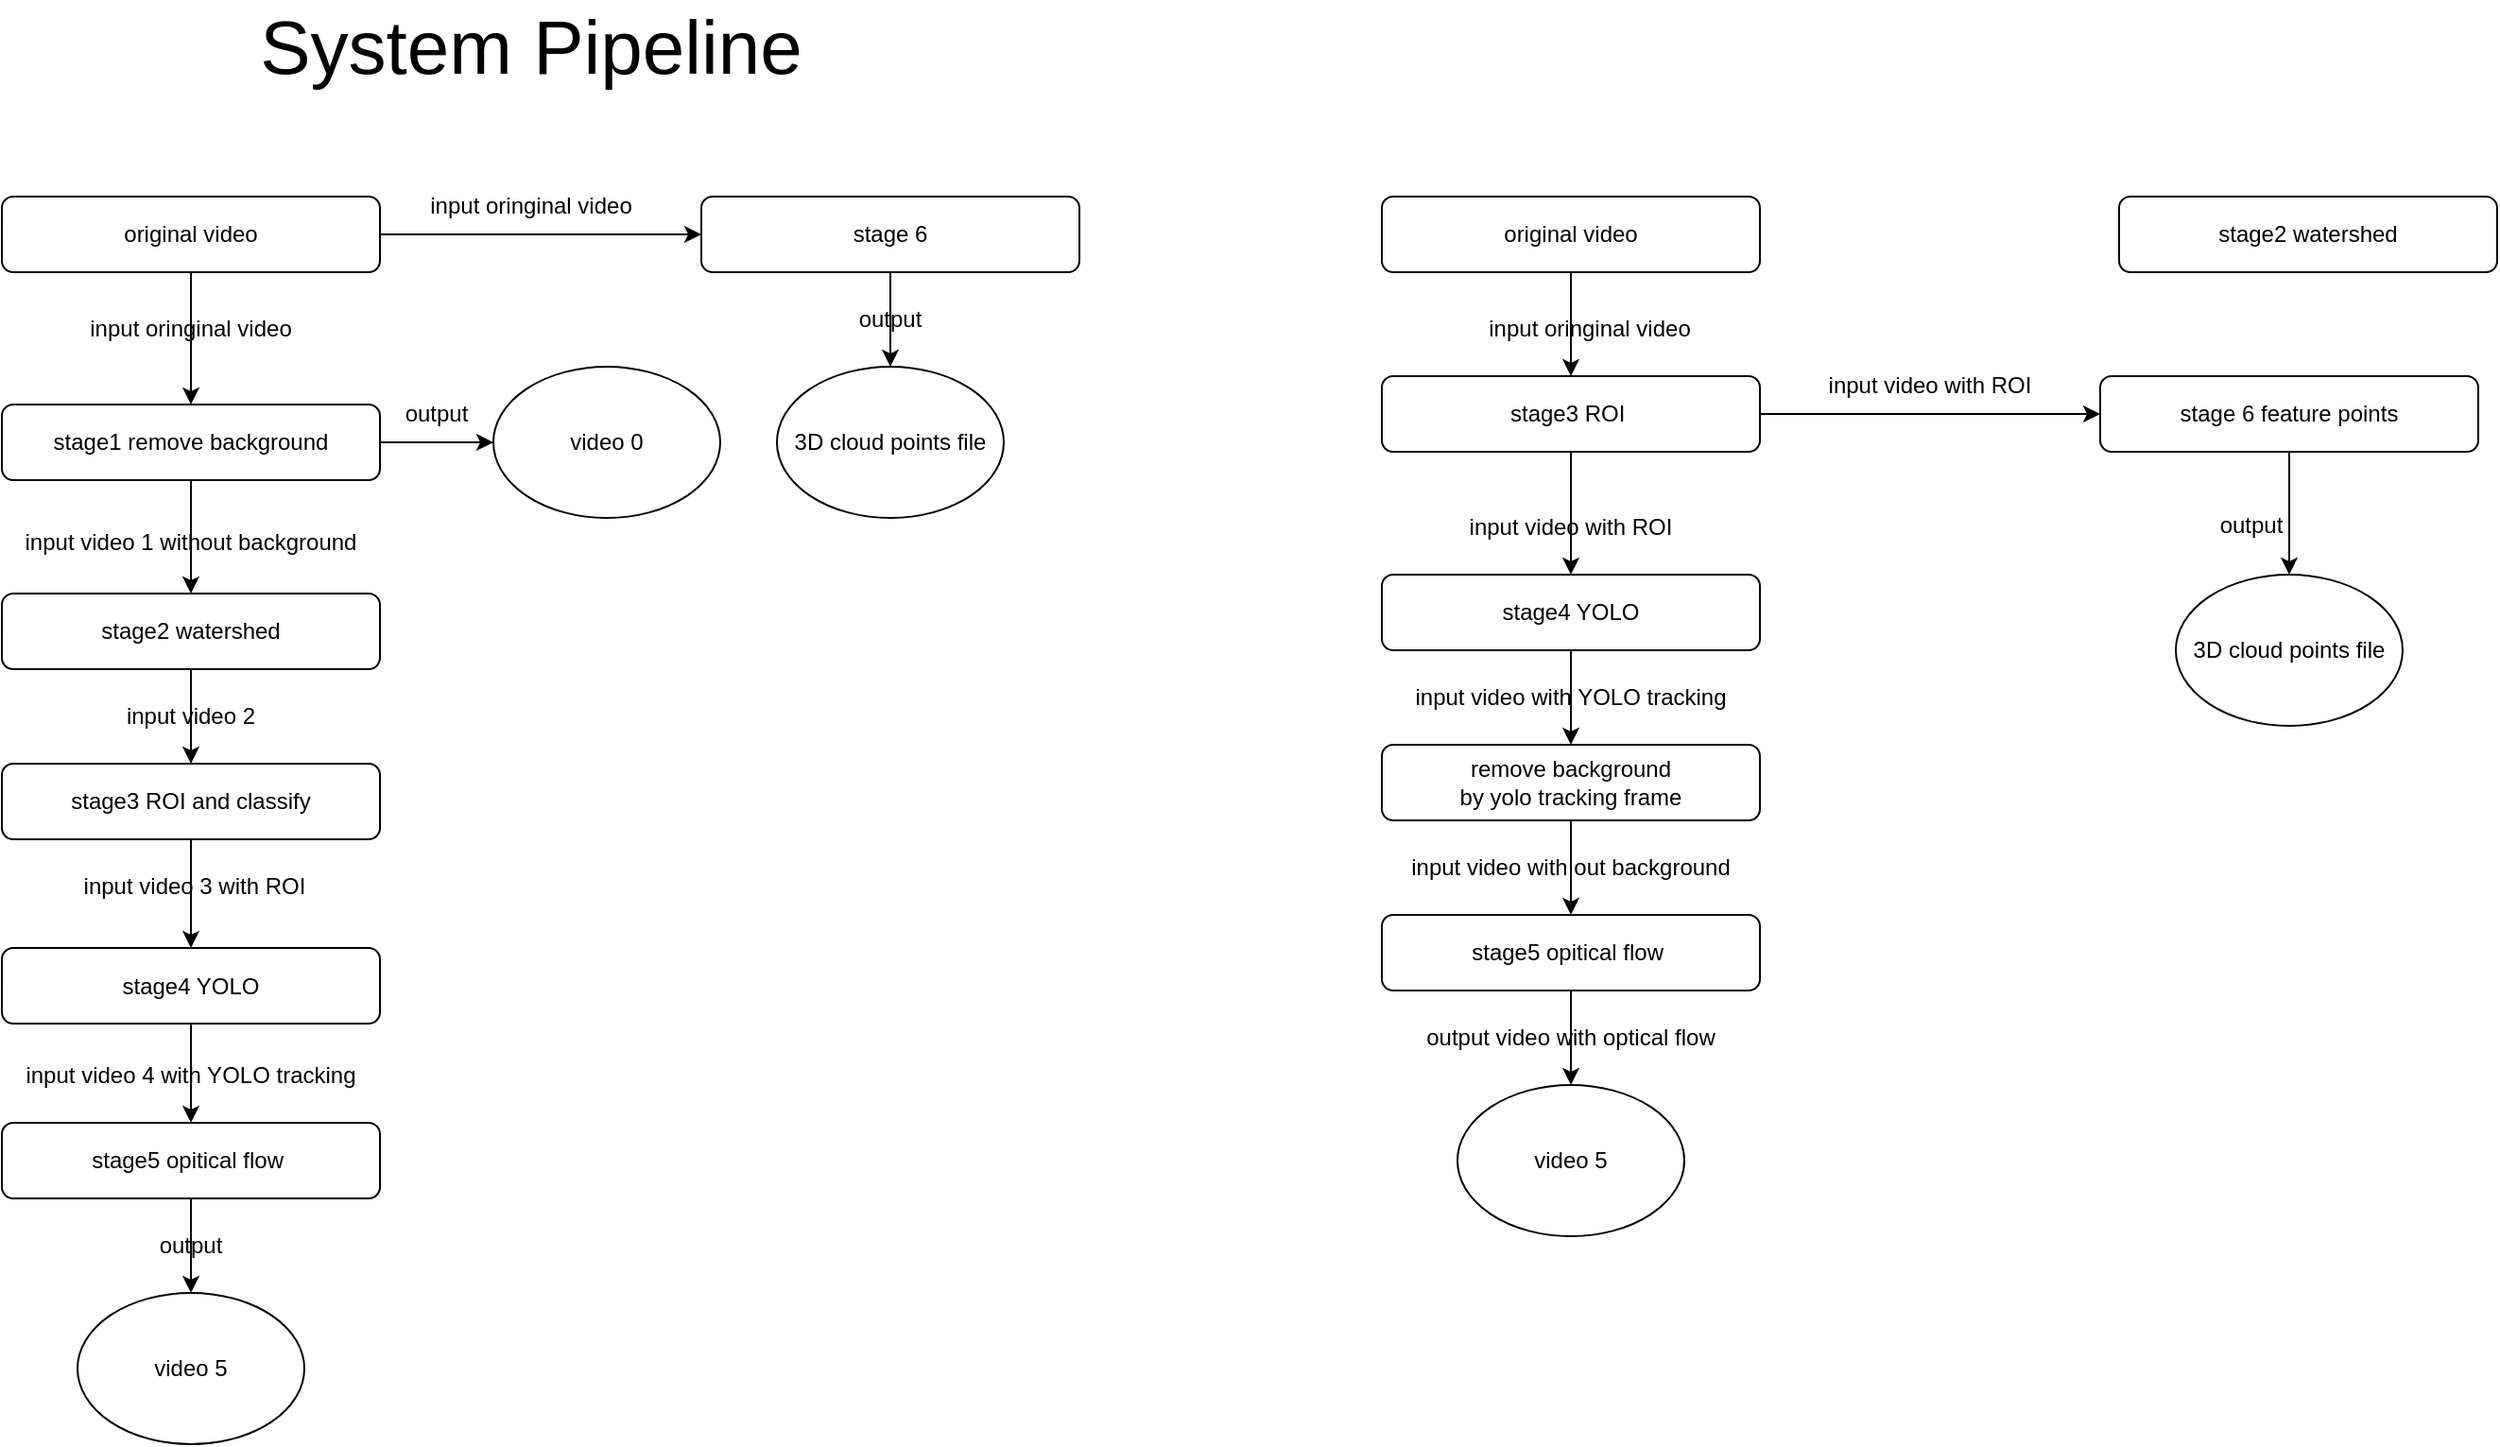
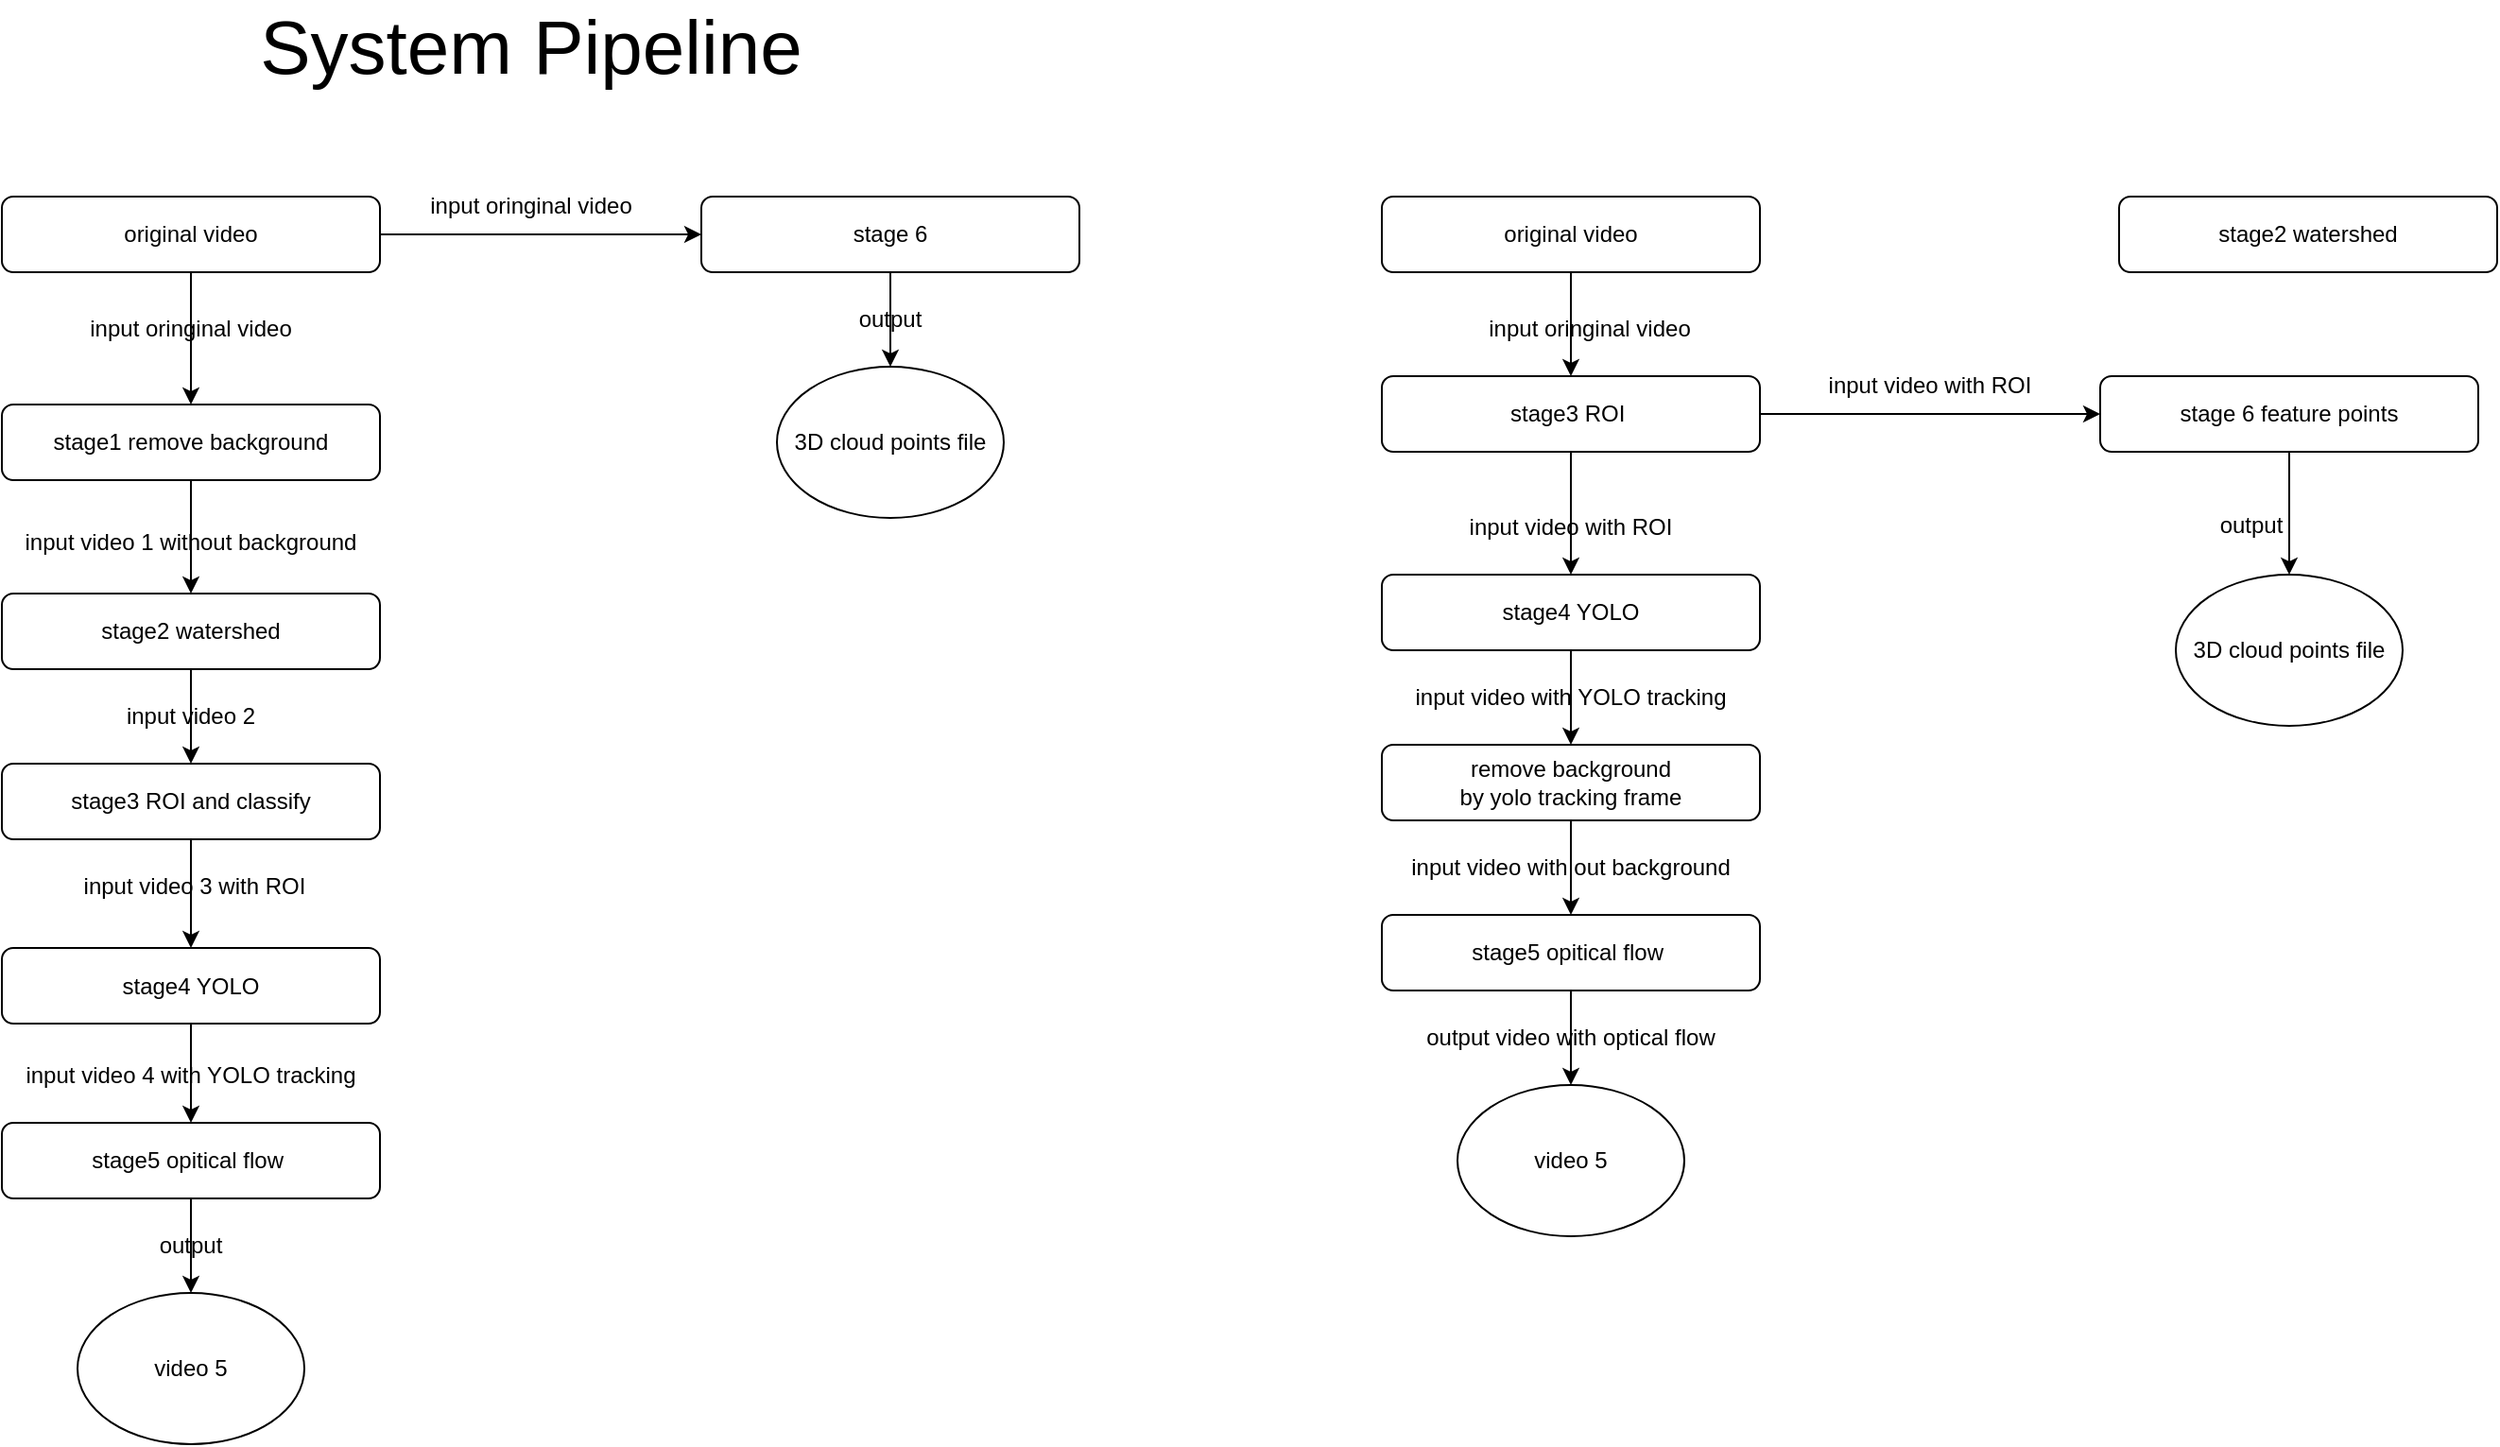
<mxfile host="app.diagrams.net">
  <diagram name="第 1 页" id="EDNaJZNnnwqxP0Wy0BaO">
-     <mxGraphModel dx="1471" dy="890" grid="1" gridSize="10" guides="1" tooltips="1" connect="1" arrows="1" fold="1" page="1" pageScale="1" pageWidth="827" pageHeight="1169" math="0" shadow="0">
+     <mxGraphModel dx="1373" dy="831" grid="1" gridSize="10" guides="1" tooltips="1" connect="1" arrows="1" fold="1" page="1" pageScale="1" pageWidth="827" pageHeight="1169" math="0" shadow="0">
      <root>
        <mxCell id="0" />
        <mxCell id="1" parent="0" />
        <mxCell id="LqL7joPrmtTk0NlE0pl9-1" edge="1" parent="1" source="LqL7joPrmtTk0NlE0pl9-3" style="edgeStyle=orthogonalEdgeStyle;rounded=0;orthogonalLoop=1;jettySize=auto;html=1;" target="LqL7joPrmtTk0NlE0pl9-8" value="">
-           <mxGeometry relative="1" as="geometry" />
-         </mxCell>
-         <mxCell id="LqL7joPrmtTk0NlE0pl9-2" edge="1" parent="1" source="LqL7joPrmtTk0NlE0pl9-3" style="edgeStyle=orthogonalEdgeStyle;rounded=0;orthogonalLoop=1;jettySize=auto;html=1;" target="LqL7joPrmtTk0NlE0pl9-24" value="">
          <mxGeometry relative="1" as="geometry" />
        </mxCell>
        <mxCell id="LqL7joPrmtTk0NlE0pl9-3" parent="1" style="rounded=1;whiteSpace=wrap;html=1;" value="stage1 remove background" vertex="1">
          <mxGeometry height="40" width="200" x="410" y="520" as="geometry" />
        </mxCell>
        <mxCell id="LqL7joPrmtTk0NlE0pl9-4" edge="1" parent="1" source="LqL7joPrmtTk0NlE0pl9-6" style="edgeStyle=orthogonalEdgeStyle;rounded=0;orthogonalLoop=1;jettySize=auto;html=1;" target="LqL7joPrmtTk0NlE0pl9-3" value="">
          <mxGeometry relative="1" as="geometry" />
        </mxCell>
        <mxCell id="LqL7joPrmtTk0NlE0pl9-5" edge="1" parent="1" source="LqL7joPrmtTk0NlE0pl9-6" style="edgeStyle=orthogonalEdgeStyle;rounded=0;orthogonalLoop=1;jettySize=auto;html=1;" target="LqL7joPrmtTk0NlE0pl9-21" value="">
          <mxGeometry relative="1" as="geometry" />
        </mxCell>
        <mxCell id="LqL7joPrmtTk0NlE0pl9-6" parent="1" style="rounded=1;whiteSpace=wrap;html=1;" value="original video" vertex="1">
          <mxGeometry height="40" width="200" x="410" y="410" as="geometry" />
        </mxCell>
        <mxCell id="LqL7joPrmtTk0NlE0pl9-7" edge="1" parent="1" source="LqL7joPrmtTk0NlE0pl9-8" style="edgeStyle=orthogonalEdgeStyle;rounded=0;orthogonalLoop=1;jettySize=auto;html=1;" target="LqL7joPrmtTk0NlE0pl9-10" value="">
          <mxGeometry relative="1" as="geometry" />
        </mxCell>
        <mxCell id="LqL7joPrmtTk0NlE0pl9-8" parent="1" style="rounded=1;whiteSpace=wrap;html=1;" value="stage2 watershed" vertex="1">
          <mxGeometry height="40" width="200" x="410" y="620" as="geometry" />
        </mxCell>
        <mxCell id="LqL7joPrmtTk0NlE0pl9-9" edge="1" parent="1" source="LqL7joPrmtTk0NlE0pl9-10" style="edgeStyle=orthogonalEdgeStyle;rounded=0;orthogonalLoop=1;jettySize=auto;html=1;" target="LqL7joPrmtTk0NlE0pl9-14" value="">
          <mxGeometry relative="1" as="geometry" />
        </mxCell>
        <mxCell id="LqL7joPrmtTk0NlE0pl9-10" parent="1" style="rounded=1;whiteSpace=wrap;html=1;" value="stage3 ROI and classify" vertex="1">
          <mxGeometry height="40" width="200" x="410" y="710" as="geometry" />
        </mxCell>
        <mxCell id="LqL7joPrmtTk0NlE0pl9-11" edge="1" parent="1" source="LqL7joPrmtTk0NlE0pl9-12" style="edgeStyle=orthogonalEdgeStyle;rounded=0;orthogonalLoop=1;jettySize=auto;html=1;" target="LqL7joPrmtTk0NlE0pl9-23" value="">
          <mxGeometry relative="1" as="geometry" />
        </mxCell>
        <mxCell id="LqL7joPrmtTk0NlE0pl9-12" parent="1" style="rounded=1;whiteSpace=wrap;html=1;" value="stage5 opitical flow&amp;nbsp;" vertex="1">
          <mxGeometry height="40" width="200" x="410" y="900" as="geometry" />
        </mxCell>
        <mxCell id="LqL7joPrmtTk0NlE0pl9-13" edge="1" parent="1" source="LqL7joPrmtTk0NlE0pl9-14" style="edgeStyle=orthogonalEdgeStyle;rounded=0;orthogonalLoop=1;jettySize=auto;html=1;" target="LqL7joPrmtTk0NlE0pl9-12" value="">
          <mxGeometry relative="1" as="geometry" />
        </mxCell>
        <mxCell id="LqL7joPrmtTk0NlE0pl9-14" parent="1" style="rounded=1;whiteSpace=wrap;html=1;" value="stage4 YOLO" vertex="1">
          <mxGeometry height="40" width="200" x="410" y="807.5" as="geometry" />
        </mxCell>
        <mxCell id="LqL7joPrmtTk0NlE0pl9-15" parent="1" style="text;html=1;whiteSpace=wrap;strokeColor=none;fillColor=none;align=center;verticalAlign=middle;rounded=0;" value="input oringinal video" vertex="1">
          <mxGeometry height="30" width="180" x="420" y="465" as="geometry" />
        </mxCell>
        <mxCell id="LqL7joPrmtTk0NlE0pl9-16" parent="1" style="text;html=1;whiteSpace=wrap;strokeColor=none;fillColor=none;align=center;verticalAlign=middle;rounded=0;" value="input video 1 without background" vertex="1">
          <mxGeometry height="30" width="180" x="420" y="577.5" as="geometry" />
        </mxCell>
        <mxCell id="LqL7joPrmtTk0NlE0pl9-17" parent="1" style="text;html=1;whiteSpace=wrap;strokeColor=none;fillColor=none;align=center;verticalAlign=middle;rounded=0;" value="input video 2" vertex="1">
          <mxGeometry height="30" width="180" x="420" y="670" as="geometry" />
        </mxCell>
        <mxCell id="LqL7joPrmtTk0NlE0pl9-18" parent="1" style="text;html=1;whiteSpace=wrap;strokeColor=none;fillColor=none;align=center;verticalAlign=middle;rounded=0;" value="input video 3 with ROI" vertex="1">
          <mxGeometry height="30" width="180" x="422" y="760" as="geometry" />
        </mxCell>
        <mxCell id="LqL7joPrmtTk0NlE0pl9-19" parent="1" style="text;html=1;whiteSpace=wrap;strokeColor=none;fillColor=none;align=center;verticalAlign=middle;rounded=0;" value="input video 4 with YOLO tracking" vertex="1">
          <mxGeometry height="30" width="180" x="420" y="860" as="geometry" />
        </mxCell>
        <mxCell id="LqL7joPrmtTk0NlE0pl9-20" edge="1" parent="1" source="LqL7joPrmtTk0NlE0pl9-21" style="edgeStyle=orthogonalEdgeStyle;rounded=0;orthogonalLoop=1;jettySize=auto;html=1;" target="LqL7joPrmtTk0NlE0pl9-25" value="">
          <mxGeometry relative="1" as="geometry" />
        </mxCell>
        <mxCell id="LqL7joPrmtTk0NlE0pl9-21" parent="1" style="rounded=1;whiteSpace=wrap;html=1;" value="stage 6" vertex="1">
          <mxGeometry height="40" width="200" x="780" y="410" as="geometry" />
        </mxCell>
        <mxCell id="LqL7joPrmtTk0NlE0pl9-22" parent="1" style="text;html=1;whiteSpace=wrap;strokeColor=none;fillColor=none;align=center;verticalAlign=middle;rounded=0;" value="input oringinal video" vertex="1">
          <mxGeometry height="30" width="180" x="600" y="400" as="geometry" />
        </mxCell>
        <mxCell id="LqL7joPrmtTk0NlE0pl9-23" parent="1" style="ellipse;whiteSpace=wrap;html=1;" value="video 5" vertex="1">
          <mxGeometry height="80" width="120" x="450" y="990" as="geometry" />
        </mxCell>
-         <mxCell id="LqL7joPrmtTk0NlE0pl9-24" parent="1" style="ellipse;whiteSpace=wrap;html=1;" value="video 0" vertex="1">
-           <mxGeometry height="80" width="120" x="670" y="500" as="geometry" />
-         </mxCell>
        <mxCell id="LqL7joPrmtTk0NlE0pl9-25" parent="1" style="ellipse;whiteSpace=wrap;html=1;" value="3D cloud points file" vertex="1">
          <mxGeometry height="80" width="120" x="820" y="500" as="geometry" />
        </mxCell>
        <mxCell id="LqL7joPrmtTk0NlE0pl9-26" parent="1" style="text;html=1;whiteSpace=wrap;strokeColor=none;fillColor=none;align=center;verticalAlign=middle;rounded=0;" value="output" vertex="1">
          <mxGeometry height="30" width="180" x="790" y="460" as="geometry" />
-         </mxCell>
-         <mxCell id="LqL7joPrmtTk0NlE0pl9-27" parent="1" style="text;html=1;whiteSpace=wrap;strokeColor=none;fillColor=none;align=center;verticalAlign=middle;rounded=0;" value="output" vertex="1">
-           <mxGeometry height="30" width="180" x="550" y="510" as="geometry" />
        </mxCell>
        <mxCell id="LqL7joPrmtTk0NlE0pl9-28" parent="1" style="text;html=1;whiteSpace=wrap;strokeColor=none;fillColor=none;align=center;verticalAlign=middle;rounded=0;" value="output" vertex="1">
          <mxGeometry height="30" width="180" x="420" y="950" as="geometry" />
        </mxCell>
        <mxCell id="LqL7joPrmtTk0NlE0pl9-29" parent="1" style="text;html=1;whiteSpace=wrap;strokeColor=none;fillColor=none;align=center;verticalAlign=middle;rounded=0;" value="&lt;span style=&quot;text-align: left;&quot;&gt;&lt;font style=&quot;font-size: 40px;&quot;&gt;System Pipeline&lt;/font&gt;&lt;/span&gt;" vertex="1">
          <mxGeometry height="40" width="400" x="490" y="310" as="geometry" />
        </mxCell>
        <mxCell id="qMy3pctc-F5U606VzNz1-1" edge="1" parent="1" source="qMy3pctc-F5U606VzNz1-2" style="edgeStyle=orthogonalEdgeStyle;rounded=0;orthogonalLoop=1;jettySize=auto;html=1;" target="qMy3pctc-F5U606VzNz1-10" value="">
          <mxGeometry relative="1" as="geometry" />
        </mxCell>
        <mxCell id="qMy3pctc-F5U606VzNz1-2" parent="1" style="rounded=1;whiteSpace=wrap;html=1;" value="remove background &lt;br&gt;by&amp;nbsp;yolo tracking frame" vertex="1">
          <mxGeometry height="40" width="200" x="1140" y="700" as="geometry" />
        </mxCell>
        <mxCell id="qMy3pctc-F5U606VzNz1-4" edge="1" parent="1" source="qMy3pctc-F5U606VzNz1-5" style="edgeStyle=orthogonalEdgeStyle;rounded=0;orthogonalLoop=1;jettySize=auto;html=1;" target="qMy3pctc-F5U606VzNz1-8" value="">
          <mxGeometry relative="1" as="geometry" />
        </mxCell>
        <mxCell id="qMy3pctc-F5U606VzNz1-5" parent="1" style="rounded=1;whiteSpace=wrap;html=1;" value="original video" vertex="1">
          <mxGeometry height="40" width="200" x="1140" y="410" as="geometry" />
        </mxCell>
        <mxCell id="qMy3pctc-F5U606VzNz1-6" parent="1" style="rounded=1;whiteSpace=wrap;html=1;" value="stage2 watershed" vertex="1">
          <mxGeometry height="40" width="200" x="1530" y="410" as="geometry" />
        </mxCell>
        <mxCell id="qMy3pctc-F5U606VzNz1-7" edge="1" parent="1" source="qMy3pctc-F5U606VzNz1-8" style="edgeStyle=orthogonalEdgeStyle;rounded=0;orthogonalLoop=1;jettySize=auto;html=1;" target="qMy3pctc-F5U606VzNz1-12" value="">
          <mxGeometry relative="1" as="geometry" />
        </mxCell>
        <mxCell id="qMy3pctc-F5U606VzNz1-30" edge="1" parent="1" source="qMy3pctc-F5U606VzNz1-8" style="edgeStyle=orthogonalEdgeStyle;rounded=0;orthogonalLoop=1;jettySize=auto;html=1;" target="qMy3pctc-F5U606VzNz1-18" value="">
          <mxGeometry relative="1" as="geometry" />
        </mxCell>
        <mxCell id="qMy3pctc-F5U606VzNz1-8" parent="1" style="rounded=1;whiteSpace=wrap;html=1;" value="stage3 ROI&amp;nbsp;" vertex="1">
          <mxGeometry height="40" width="200" x="1140" y="505" as="geometry" />
        </mxCell>
        <mxCell id="qMy3pctc-F5U606VzNz1-9" edge="1" parent="1" source="qMy3pctc-F5U606VzNz1-10" style="edgeStyle=orthogonalEdgeStyle;rounded=0;orthogonalLoop=1;jettySize=auto;html=1;" target="qMy3pctc-F5U606VzNz1-20" value="">
          <mxGeometry relative="1" as="geometry" />
        </mxCell>
        <mxCell id="qMy3pctc-F5U606VzNz1-10" parent="1" style="rounded=1;whiteSpace=wrap;html=1;" value="stage5 opitical flow&amp;nbsp;" vertex="1">
          <mxGeometry height="40" width="200" x="1140" y="790" as="geometry" />
        </mxCell>
        <mxCell id="qMy3pctc-F5U606VzNz1-11" edge="1" parent="1" source="qMy3pctc-F5U606VzNz1-12" style="edgeStyle=orthogonalEdgeStyle;rounded=0;orthogonalLoop=1;jettySize=auto;html=1;" target="qMy3pctc-F5U606VzNz1-2" value="">
          <mxGeometry relative="1" as="geometry" />
        </mxCell>
        <mxCell id="qMy3pctc-F5U606VzNz1-12" parent="1" style="rounded=1;whiteSpace=wrap;html=1;" value="stage4 YOLO" vertex="1">
          <mxGeometry height="40" width="200" x="1140" y="610" as="geometry" />
        </mxCell>
        <mxCell id="qMy3pctc-F5U606VzNz1-13" parent="1" style="text;html=1;whiteSpace=wrap;strokeColor=none;fillColor=none;align=center;verticalAlign=middle;rounded=0;" value="input oringinal video" vertex="1">
          <mxGeometry height="30" width="180" x="1160" y="465" as="geometry" />
        </mxCell>
        <mxCell id="qMy3pctc-F5U606VzNz1-14" parent="1" style="text;html=1;whiteSpace=wrap;strokeColor=none;fillColor=none;align=center;verticalAlign=middle;rounded=0;" value="input video with out background" vertex="1">
          <mxGeometry height="30" width="180" x="1150" y="750" as="geometry" />
        </mxCell>
        <mxCell id="qMy3pctc-F5U606VzNz1-15" parent="1" style="text;html=1;whiteSpace=wrap;strokeColor=none;fillColor=none;align=center;verticalAlign=middle;rounded=0;" value="input video with ROI" vertex="1">
          <mxGeometry height="30" width="180" x="1150" y="570" as="geometry" />
        </mxCell>
        <mxCell id="qMy3pctc-F5U606VzNz1-16" parent="1" style="text;html=1;whiteSpace=wrap;strokeColor=none;fillColor=none;align=center;verticalAlign=middle;rounded=0;" value="input video with YOLO tracking" vertex="1">
          <mxGeometry height="30" width="180" x="1150" y="660" as="geometry" />
        </mxCell>
        <mxCell id="qMy3pctc-F5U606VzNz1-17" edge="1" parent="1" source="qMy3pctc-F5U606VzNz1-18" style="edgeStyle=orthogonalEdgeStyle;rounded=0;orthogonalLoop=1;jettySize=auto;html=1;" target="qMy3pctc-F5U606VzNz1-21" value="">
          <mxGeometry relative="1" as="geometry" />
        </mxCell>
        <mxCell id="qMy3pctc-F5U606VzNz1-18" parent="1" style="rounded=1;whiteSpace=wrap;html=1;" value="stage 6 feature points" vertex="1">
          <mxGeometry height="40" width="200" x="1520" y="505" as="geometry" />
        </mxCell>
        <mxCell id="qMy3pctc-F5U606VzNz1-20" parent="1" style="ellipse;whiteSpace=wrap;html=1;" value="video 5" vertex="1">
          <mxGeometry height="80" width="120" x="1180" y="880" as="geometry" />
        </mxCell>
        <mxCell id="qMy3pctc-F5U606VzNz1-21" parent="1" style="ellipse;whiteSpace=wrap;html=1;" value="3D cloud points file" vertex="1">
          <mxGeometry height="80" width="120" x="1560" y="610" as="geometry" />
        </mxCell>
        <mxCell id="qMy3pctc-F5U606VzNz1-22" parent="1" style="text;html=1;whiteSpace=wrap;strokeColor=none;fillColor=none;align=center;verticalAlign=middle;rounded=0;" value="output" vertex="1">
          <mxGeometry height="38.75" width="120" x="1540" y="565" as="geometry" />
        </mxCell>
        <mxCell id="qMy3pctc-F5U606VzNz1-23" parent="1" style="text;html=1;whiteSpace=wrap;strokeColor=none;fillColor=none;align=center;verticalAlign=middle;rounded=0;" value="output video with optical flow" vertex="1">
          <mxGeometry height="30" width="180" x="1150" y="840" as="geometry" />
        </mxCell>
        <mxCell id="qMy3pctc-F5U606VzNz1-24" edge="1" parent="1" source="qMy3pctc-F5U606VzNz1-8" style="edgeStyle=orthogonalEdgeStyle;rounded=0;orthogonalLoop=1;jettySize=auto;html=1;innerLoopWaypoints=1;exitX=0.5;exitY=1;exitDx=0;exitDy=0;" target="qMy3pctc-F5U606VzNz1-8">
          <mxGeometry relative="1" as="geometry" />
        </mxCell>
        <mxCell id="qMy3pctc-F5U606VzNz1-19" parent="1" style="text;html=1;whiteSpace=wrap;strokeColor=none;fillColor=none;align=center;verticalAlign=middle;rounded=0;" value="input video with&amp;nbsp;&lt;span style=&quot;background-color: transparent; color: light-dark(rgb(0, 0, 0), rgb(255, 255, 255));&quot;&gt;ROI&lt;/span&gt;" vertex="1">
          <mxGeometry height="30" width="160" x="1350" y="495" as="geometry" />
        </mxCell>
      </root>
    </mxGraphModel>
  </diagram>
</mxfile>
